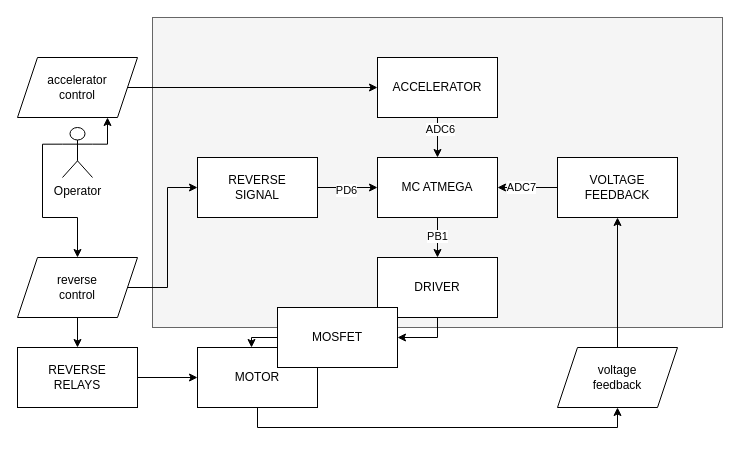
The draw.io diagram tracktor_modules.drawio in karetah/tr2022, before the edit. Source tidied: cells renumbered, new cells numbered last; positions are measured from the earlier drawing's top-left corner, leaving out a move shared by most shapes. Both pictures are drawn from the tidied source at 100%, with x=0, y=0 at pixel (17, 17).
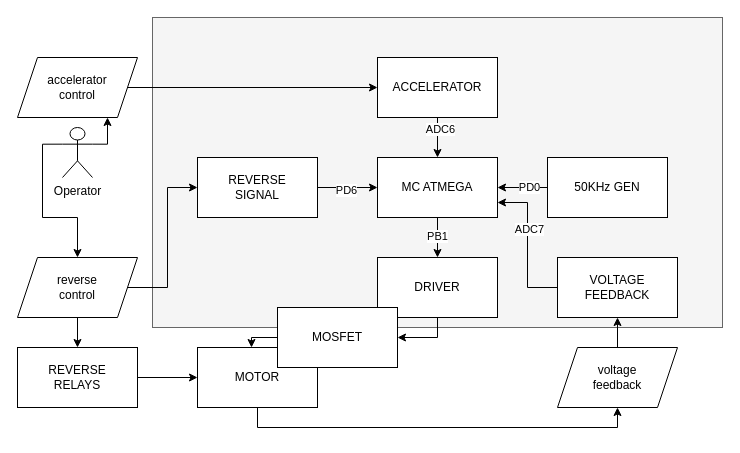
The same page after the edit.

Unchanged cells that the change refers to:
```xml
<mxCell id="8" value="MC ATMEGA" style="rounded=0;whiteSpace=wrap;html=1;" parent="1" vertex="1">
  <mxGeometry x="360" y="140" width="120" height="60" as="geometry" />
</mxCell>
```

Change to the diagram source:
```diff
@@
-    <mxCell id="20" style="edgeStyle=orthogonalEdgeStyle;rounded=0;jettySize=auto;html=1;exitX=0;exitY=0.5;exitDx=0;exitDy=0;entryX=1;entryY=0.5;entryDx=0;entryDy=0;" parent="1" edge="1" source="22" target="8">
+    <mxCell id="20" style="edgeStyle=orthogonalEdgeStyle;rounded=0;jettySize=auto;html=1;exitX=0;exitY=0.5;exitDx=0;exitDy=0;entryX=1;entryY=0.75;entryDx=0;entryDy=0;" parent="1" edge="1" source="22" target="8">
       <mxGeometry relative="1" as="geometry" />
     </mxCell>
@@
     <mxCell id="22" value="VOLTAGE&lt;br&gt;FEEDBACK" style="rounded=0;whiteSpace=wrap;html=1;" parent="1" vertex="1">
-      <mxGeometry x="540" y="140" width="120" height="60" as="geometry" />
+      <mxGeometry x="540" y="240" width="120" height="60" as="geometry" />
     </mxCell>
@@
+    <mxCell id="33" style="edgeStyle=orthogonalEdgeStyle;rounded=0;jettySize=auto;html=1;exitX=0;exitY=0.5;exitDx=0;exitDy=0;entryX=1;entryY=0.5;entryDx=0;entryDy=0;" parent="1" edge="1" source="35" target="8">
+      <mxGeometry relative="1" as="geometry" />
+    </mxCell>
+    <mxCell id="34" value="PD0" style="edgeLabel;html=1;align=center;verticalAlign=middle;" parent="33" vertex="1">
+      <mxGeometry x="-0.24" y="-1" relative="1" as="geometry" />
+    </mxCell>
+    <mxCell id="35" value="50KHz GEN" style="rounded=0;whiteSpace=wrap;html=1;" parent="1" vertex="1">
+      <mxGeometry x="530" y="140" width="120" height="60" as="geometry" />
+    </mxCell>
```
